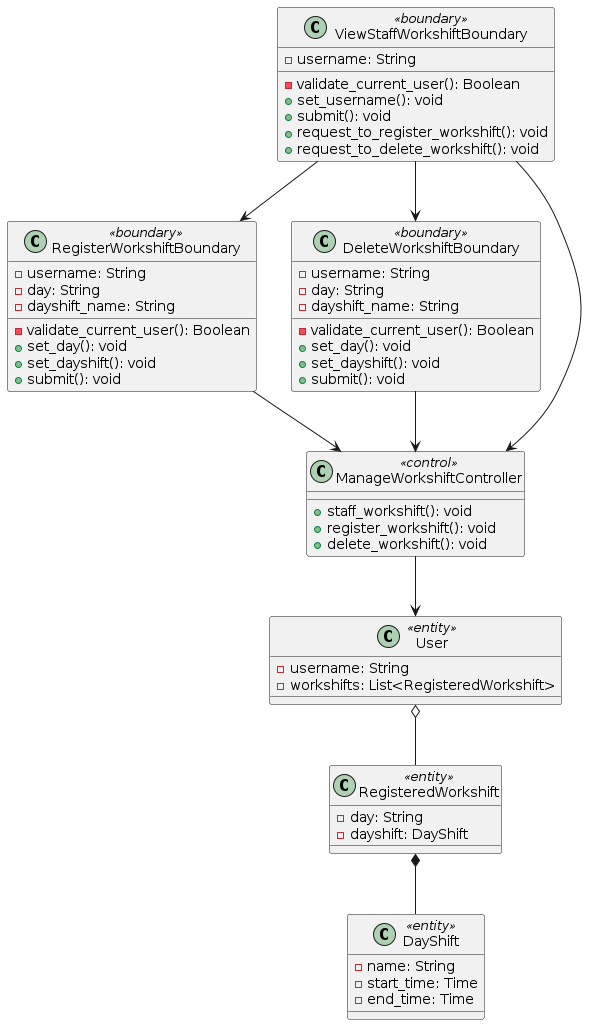
Before: docs/UML/Class Diagrams/view-staff-workshifts.png, a diagram exported from PlantUML (LapTQ/MCT). The source it was exported from:
```plantuml
@startuml

class ViewStaffWorkshiftBoundary <<boundary>> {
    - username: String

    - validate_current_user(): Boolean
    + set_username(): void
    + submit(): void
    + request_to_register_workshift(): void
    + request_to_delete_workshift(): void
}

class RegisterWorkshiftBoundary <<boundary>> {
    - username: String
    - day: String
    - dayshift_name: String

    - validate_current_user(): Boolean
    + set_day(): void
    + set_dayshift(): void
    + submit(): void
}

class DeleteWorkshiftBoundary <<boundary>> {
    - username: String
    - day: String
    - dayshift_name: String

    - validate_current_user(): Boolean
    + set_day(): void
    + set_dayshift(): void
    + submit(): void
}

class ManageWorkshiftController <<control>> {

    + staff_workshift(): void
    + register_workshift(): void
    + delete_workshift(): void
}

class User <<entity>> {
    - username: String
    - workshifts: List<RegisteredWorkshift>
}

class RegisteredWorkshift <<entity>> {
    - day: String
    - dayshift: DayShift
}

class DayShift <<entity>> {
    - name: String
    - start_time: Time
    - end_time: Time
}

ViewStaffWorkshiftBoundary --> ManageWorkshiftController
ViewStaffWorkshiftBoundary --> RegisterWorkshiftBoundary
ViewStaffWorkshiftBoundary --> DeleteWorkshiftBoundary
RegisterWorkshiftBoundary --> ManageWorkshiftController
DeleteWorkshiftBoundary --> ManageWorkshiftController
ManageWorkshiftController --> User
User o-- RegisteredWorkshift
RegisteredWorkshift *-- DayShift

@enduml
```
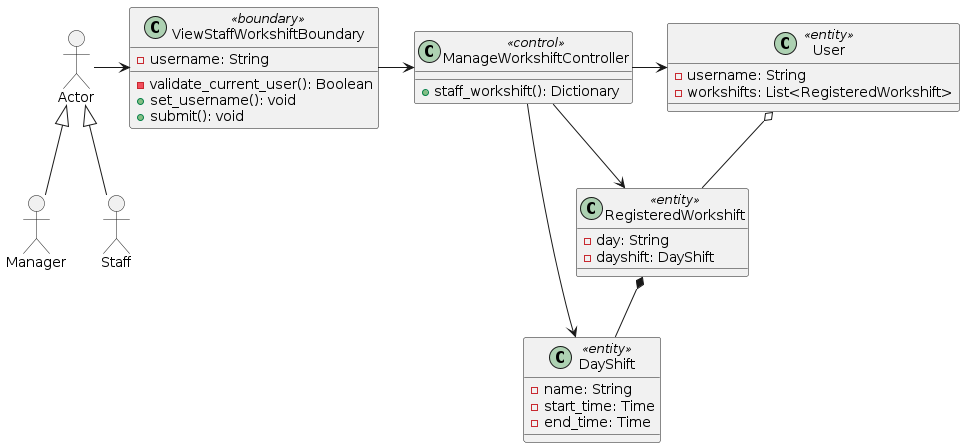
The same diagram one commit later.

Change to the diagram source:
```diff
@@ -1,4 +1,10 @@
 @startuml
+
+allowmixing
+
+actor Actor
+actor Manager
+actor Staff
 
 class ViewStaffWorkshiftBoundary <<boundary>> {
     - username: String
@@ -6,37 +12,11 @@
     - validate_current_user(): Boolean
     + set_username(): void
     + submit(): void
-    + request_to_register_workshift(): void
-    + request_to_delete_workshift(): void
-}
-
-class RegisterWorkshiftBoundary <<boundary>> {
-    - username: String
-    - day: String
-    - dayshift_name: String
-
-    - validate_current_user(): Boolean
-    + set_day(): void
-    + set_dayshift(): void
-    + submit(): void
-}
-
-class DeleteWorkshiftBoundary <<boundary>> {
-    - username: String
-    - day: String
-    - dayshift_name: String
-
-    - validate_current_user(): Boolean
-    + set_day(): void
-    + set_dayshift(): void
-    + submit(): void
 }
 
 class ManageWorkshiftController <<control>> {
 
-    + staff_workshift(): void
-    + register_workshift(): void
-    + delete_workshift(): void
+    + staff_workshift(): Dictionary
 }
 
 class User <<entity>> {
@@ -55,12 +35,13 @@
     - end_time: Time
 }
 
-ViewStaffWorkshiftBoundary --> ManageWorkshiftController
-ViewStaffWorkshiftBoundary --> RegisterWorkshiftBoundary
-ViewStaffWorkshiftBoundary --> DeleteWorkshiftBoundary
-RegisterWorkshiftBoundary --> ManageWorkshiftController
-DeleteWorkshiftBoundary --> ManageWorkshiftController
-ManageWorkshiftController --> User
+Manager -up-|> Actor
+Staff -up-|> Actor
+Actor -> ViewStaffWorkshiftBoundary
+ViewStaffWorkshiftBoundary -right-> ManageWorkshiftController
+ManageWorkshiftController -right-> User
+ManageWorkshiftController -> RegisteredWorkshift
+ManageWorkshiftController -> DayShift
 User o-- RegisteredWorkshift
 RegisteredWorkshift *-- DayShift
 
```
